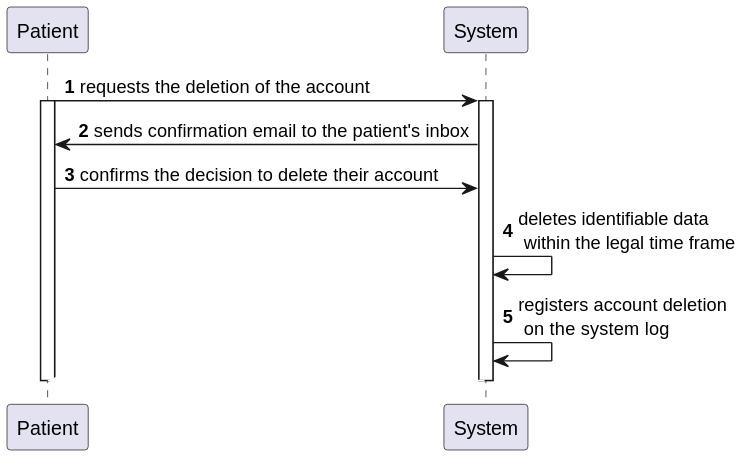
Above: docs/sprint-1/us-5.1.5/diagrams/SSD/us_5.1.5_system_sequence_diagram.svg in rita-barbosa/LAPR5-2425 (PlantUML), before the change. Source of this version:
```plantuml
@startuml

autonumber

participant Patient as PAT
participant System as SYS

PAT -> SYS : requests the deletion of the account
activate PAT
activate SYS

SYS -> PAT : sends confirmation email to the patient's inbox

PAT -> SYS : confirms the decision to delete their account

SYS -> SYS : deletes identifiable data\n within the legal time frame

SYS -> SYS : registers account deletion\n on the system log

autonumber stop
SYS -[#white]> PAT

deactivate PAT
deactivate SYS
@enduml
```
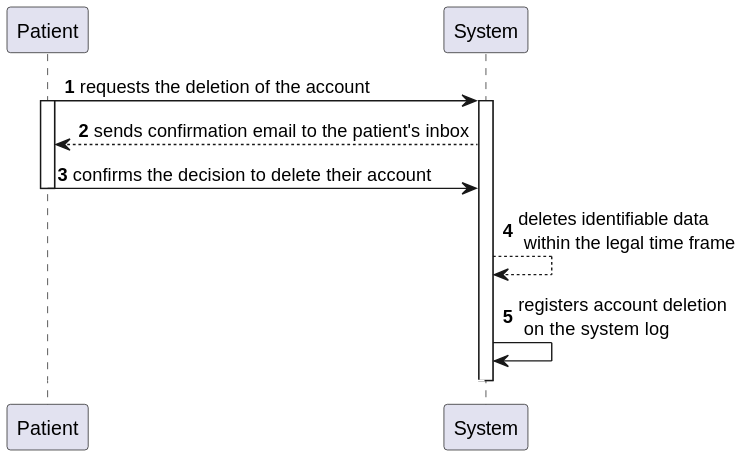
After the change.

Commit message:
DG38-2 | docs: corrections on the SSD

The edit, as a diff of the source:
```diff
@@ -9,17 +9,17 @@
 activate PAT
 activate SYS
 
-SYS -> PAT : sends confirmation email to the patient's inbox
+SYS --> PAT : sends confirmation email to the patient's inbox
 
 PAT -> SYS : confirms the decision to delete their account
+deactivate PAT
 
-SYS -> SYS : deletes identifiable data\n within the legal time frame
+SYS --> SYS : deletes identifiable data\n within the legal time frame
 
 SYS -> SYS : registers account deletion\n on the system log
 
 autonumber stop
 SYS -[#white]> PAT
 
-deactivate PAT
 deactivate SYS
 @enduml
```
